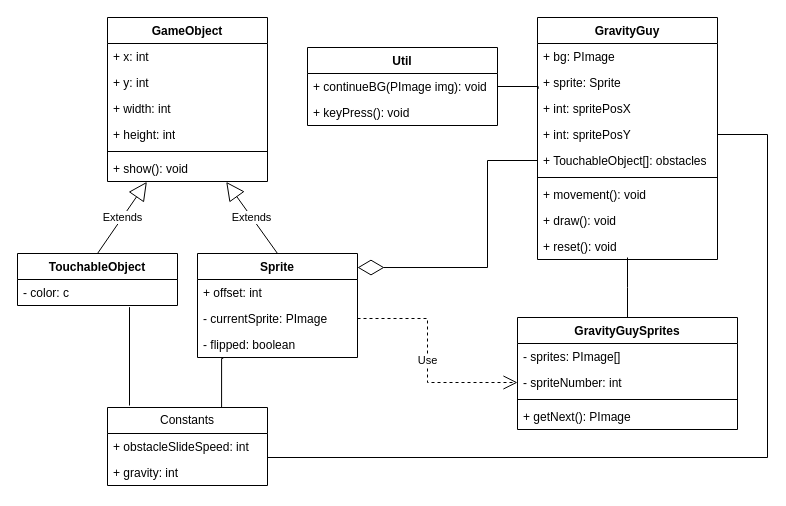
This is uml1.drawio from naowalrahman/gravity-guy, a draw.io file, before an edit. Source tidied: cells renumbered, new cells numbered last; positions are measured from the earlier drawing's top-left corner, leaving out a move shared by most shapes. Both pictures are drawn from the tidied source at 100%, with x=0, y=0 at pixel (17, 17).
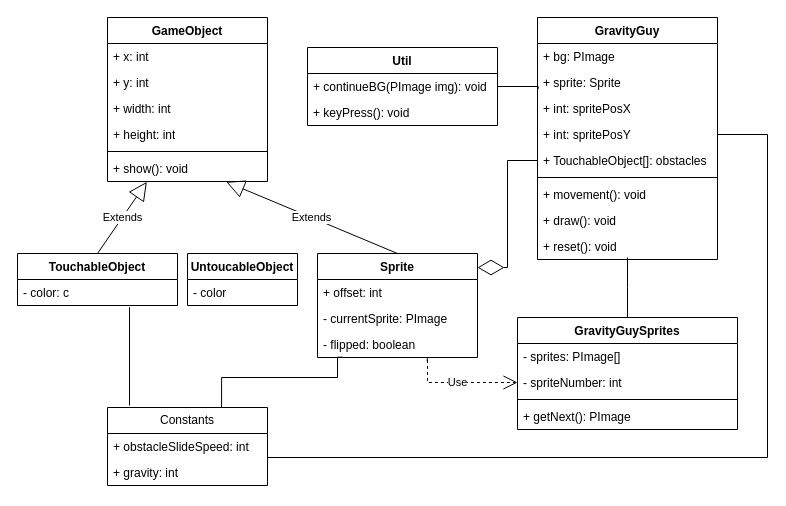
The same page after the edit.

Unchanged cells that the change refers to:
```xml
<mxCell id="4" value="- spriteNumber: int" style="text;strokeColor=none;fillColor=none;align=left;verticalAlign=top;spacingLeft=4;spacingRight=4;overflow=hidden;points=[[0,0.5],[1,0.5]];portConstraint=eastwest;whiteSpace=wrap;html=1;" parent="2" vertex="1">
  <mxGeometry y="52" width="220" height="26" as="geometry" />
</mxCell>
<mxCell id="12" value="+ TouchableObject[]: obstacles" style="text;strokeColor=none;fillColor=none;align=left;verticalAlign=top;spacingLeft=4;spacingRight=4;overflow=hidden;points=[[0,0.5],[1,0.5]];portConstraint=eastwest;whiteSpace=wrap;html=1;" parent="7" vertex="1">
  <mxGeometry y="130" width="180" height="26" as="geometry" />
</mxCell>
<mxCell id="27" value="- currentSprite: PImage" style="text;strokeColor=none;fillColor=none;align=left;verticalAlign=top;spacingLeft=4;spacingRight=4;overflow=hidden;points=[[0,0.5],[1,0.5]];portConstraint=eastwest;whiteSpace=wrap;html=1;" parent="25" vertex="1">
  <mxGeometry y="52" width="160" height="26" as="geometry" />
</mxCell>
<mxCell id="28" value="- flipped: boolean" style="text;strokeColor=none;fillColor=none;align=left;verticalAlign=top;spacingLeft=4;spacingRight=4;overflow=hidden;points=[[0,0.5],[1,0.5]];portConstraint=eastwest;whiteSpace=wrap;html=1;" parent="25" vertex="1">
  <mxGeometry y="78" width="160" height="26" as="geometry" />
</mxCell>
<mxCell id="39" value="Constants" style="swimlane;fontStyle=0;horizontal=1;startSize=26;fillColor=none;whiteSpace=wrap;html=1;" parent="1" vertex="1">
  <mxGeometry x="90" y="390" width="160" height="78" as="geometry" />
</mxCell>
```

The edit, as a diff of the source:
```diff
@@
     <mxCell id="25" value="Sprite" style="swimlane;fontStyle=1;align=center;verticalAlign=top;horizontal=1;startSize=26;whiteSpace=wrap;html=1;" parent="1" vertex="1">
-      <mxGeometry x="180" y="236" width="160" height="104" as="geometry" />
+      <mxGeometry x="300" y="236" width="160" height="104" as="geometry" />
     </mxCell>
@@
-    <mxCell id="29" value="Use" style="endArrow=open;endSize=12;dashed=1;html=1;rounded=0;entryX=0;entryY=0.5;entryDx=0;entryDy=0;exitX=1;exitY=0.5;exitDx=0;exitDy=0;" parent="1" edge="1" source="27" target="4">
+    <mxCell id="29" value="Use" style="endArrow=open;endSize=12;dashed=1;html=1;rounded=0;entryX=0;entryY=0.5;entryDx=0;entryDy=0;exitX=0.685;exitY=1.138;exitDx=0;exitDy=0;exitPerimeter=0;" parent="1" edge="1" source="28" target="4">
       <mxGeometry relative="1" as="geometry">
         <Array as="points">
-          <mxPoint x="410" y="301" />
+          <mxPoint x="410" y="340" />
           <mxPoint x="410" y="365" />
         </Array>
       </mxGeometry>
     </mxCell>
@@
     <mxCell id="34" style="endArrow=diamondThin;endFill=0;endSize=24;html=1;rounded=0;exitX=0;exitY=0.5;exitDx=0;exitDy=0;entryX=1;entryY=0.135;entryDx=0;entryDy=0;entryPerimeter=0;" parent="1" edge="1" source="12" target="25">
       <mxGeometry relative="1" as="geometry">
         <Array as="points">
-          <mxPoint x="470" y="143" />
-          <mxPoint x="470" y="250" />
+          <mxPoint x="490" y="143" />
+          <mxPoint x="490" y="250" />
         </Array>
       </mxGeometry>
     </mxCell>
@@
     <mxCell id="43" style="endArrow=none;html=1;edgeStyle=orthogonalEdgeStyle;rounded=0;exitX=0.158;exitY=0.987;exitDx=0;exitDy=0;exitPerimeter=0;entryX=0.713;entryY=0.004;entryDx=0;entryDy=0;entryPerimeter=0;" parent="1" edge="1" source="28" target="39">
       <mxGeometry relative="1" as="geometry">
         <Array as="points">
-          <mxPoint x="205" y="341" />
-          <mxPoint x="204" y="341" />
+          <mxPoint x="320" y="340" />
+          <mxPoint x="320" y="360" />
+          <mxPoint x="204" y="360" />
         </Array>
       </mxGeometry>
     </mxCell>
@@
+    <mxCell id="45" value="UntoucableObject" style="swimlane;fontStyle=1;align=center;verticalAlign=top;horizontal=1;startSize=26;whiteSpace=wrap;html=1;" parent="1" vertex="1">
+      <mxGeometry x="170" y="236" width="110" height="52" as="geometry" />
+    </mxCell>
+    <mxCell id="46" value="- color" style="text;strokeColor=none;fillColor=none;align=left;verticalAlign=top;spacingLeft=4;spacingRight=4;overflow=hidden;whiteSpace=wrap;html=1;" parent="45" vertex="1">
+      <mxGeometry y="26" width="110" height="26" as="geometry" />
+    </mxCell>
```
